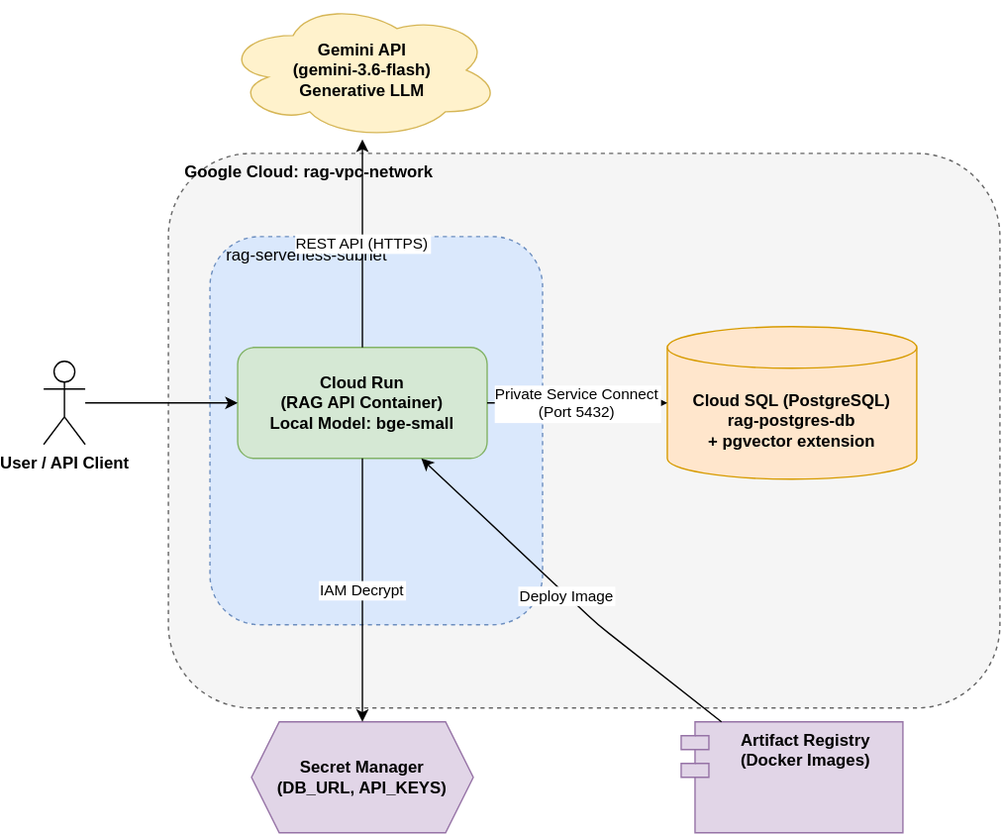
Before: docs/gcp_architecture.svg, a diagram exported from draw.io (Alvores/enterprise-document-intelligence-rag). Source tidied: cells renumbered, new cells last; positions are measured from the earlier drawing's top-left corner, leaving out a move shared by most shapes. Its diagram source:
```xml
<mxGraphModel>
  <root>
    <mxCell id="0" />
    <mxCell id="1" parent="0" />
    <mxCell id="2" value="Google Cloud: rag-vpc-network" style="rounded=1;whiteSpace=wrap;html=1;dashed=1;fillColor=#f5f5f5;strokeColor=#666666;verticalAlign=top;align=left;spacingLeft=10;fontStyle=1;" parent="1" vertex="1">
      <mxGeometry x="90" y="110" width="600" height="400" as="geometry" />
    </mxCell>
    <mxCell id="3" value="rag-serverless-subnet" style="rounded=1;whiteSpace=wrap;html=1;dashed=1;fillColor=#dae8fc;strokeColor=#6c8ebf;verticalAlign=top;align=left;spacingLeft=10;" parent="1" vertex="1">
      <mxGeometry x="120" y="170" width="240" height="280" as="geometry" />
    </mxCell>
    <mxCell id="4" value="Cloud Run&#10;(RAG API Container)&#10;Local Model: bge-small" style="rounded=1;whiteSpace=wrap;html=1;fillColor=#d5e8d4;strokeColor=#82b366;fontStyle=1;" parent="1" vertex="1">
      <mxGeometry x="140" y="250" width="180" height="80" as="geometry" />
    </mxCell>
    <mxCell id="5" value="Cloud SQL (PostgreSQL)&#10;rag-postgres-db&#10;+ pgvector extension" style="shape=cylinder3;whiteSpace=wrap;html=1;boundedLbl=1;backgroundOutline=1;size=15;fillColor=#ffe6cc;strokeColor=#d79b00;fontStyle=1;" parent="1" vertex="1">
      <mxGeometry x="450" y="235" width="180" height="110" as="geometry" />
    </mxCell>
    <mxCell id="6" value="Secret Manager&#10;(DB_URL, API_KEYS)" style="shape=hexagon;perimeter=hexagonPerimeter2;whiteSpace=wrap;html=1;fixedSize=1;fillColor=#e1d5e7;strokeColor=#9673a6;fontStyle=1;" parent="1" vertex="1">
      <mxGeometry x="150" y="520" width="160" height="80" as="geometry" />
    </mxCell>
    <mxCell id="7" value="Artifact Registry&#10;(Docker Images)" style="shape=module;align=left;spacingLeft=20;align=center;verticalAlign=top;whiteSpace=wrap;html=1;fillColor=#e1d5e7;strokeColor=#9673a6;fontStyle=1;" parent="1" vertex="1">
      <mxGeometry x="460" y="520" width="160" height="80" as="geometry" />
    </mxCell>
    <mxCell id="8" value="User / API Client" style="shape=umlActor;verticalLabelPosition=bottom;verticalAlign=top;html=1;outlineConnect=0;fontStyle=1;" parent="1" vertex="1">
      <mxGeometry y="260" width="30" height="60" as="geometry" />
    </mxCell>
    <mxCell id="9" value="Gemini API&lt;br/&gt;(gemini-3.6-flash)&lt;br&gt;Generative LLM" style="ellipse;shape=cloud;whiteSpace=wrap;html=1;fillColor=#fff2cc;strokeColor=#d6b656;fontStyle=1;" parent="1" vertex="1">
      <mxGeometry x="130" width="200" height="100" as="geometry" />
    </mxCell>
    <mxCell id="10" parent="1" edge="1" source="8" target="4">
      <mxGeometry relative="1" as="geometry" />
    </mxCell>
    <mxCell id="11" value="Private Service Connect&#10;(Port 5432)" parent="1" edge="1" source="4" target="5">
      <mxGeometry relative="1" as="geometry" />
    </mxCell>
    <mxCell id="12" value="IAM Decrypt" parent="1" edge="1" source="4" target="6">
      <mxGeometry relative="1" as="geometry">
        <Array as="points">
          <mxPoint x="230" y="410" />
        </Array>
      </mxGeometry>
    </mxCell>
    <mxCell id="13" value="REST API (HTTPS)" parent="1" edge="1" source="4" target="9">
      <mxGeometry relative="1" as="geometry" />
    </mxCell>
    <mxCell id="14" value="Deploy Image" parent="1" edge="1" source="7" target="4">
      <mxGeometry relative="1" as="geometry">
        <Array as="points">
          <mxPoint x="400" y="450" />
        </Array>
      </mxGeometry>
    </mxCell>
  </root>
</mxGraphModel>
```
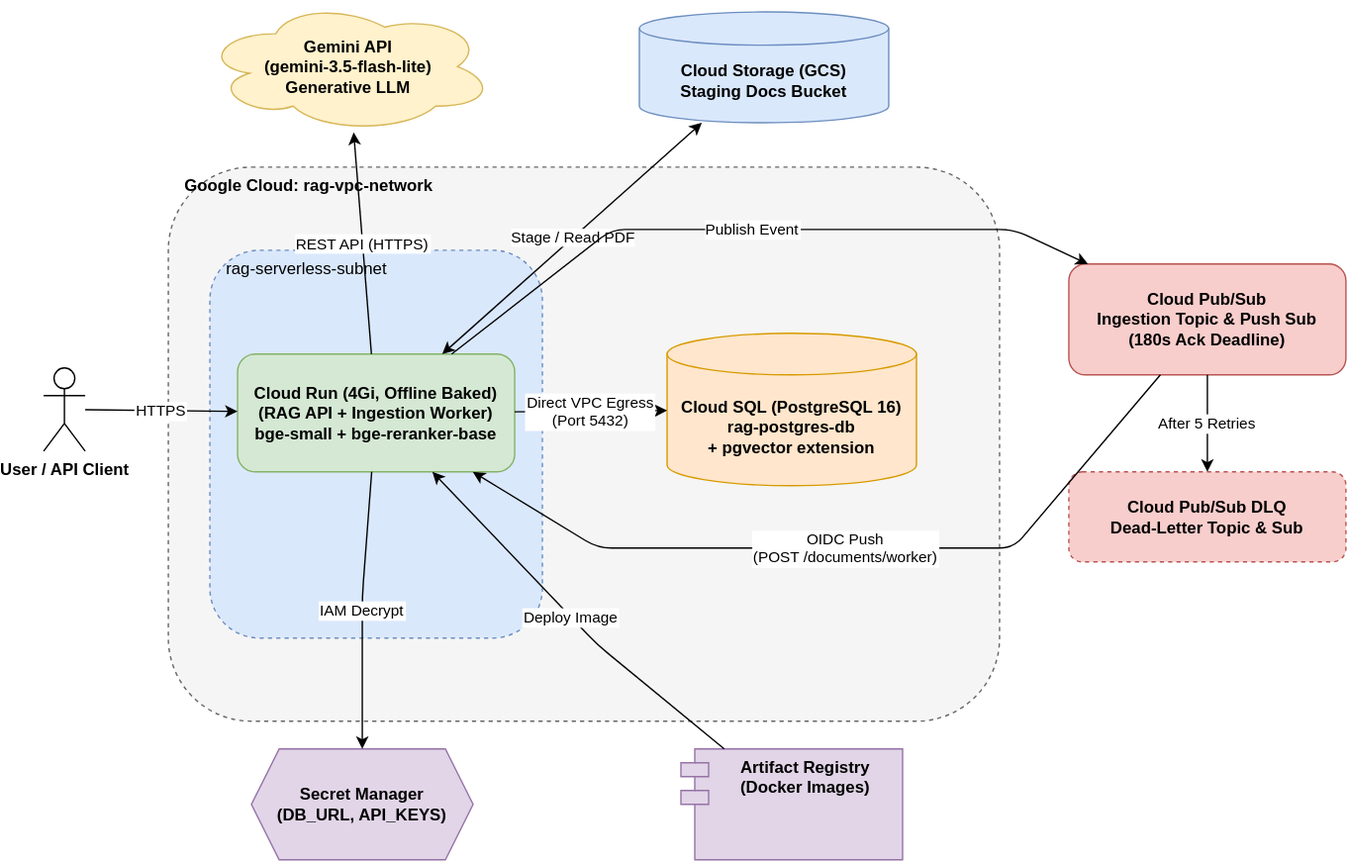
Above is the later version.

Diff of the diagram source:
```diff
@@ -3,39 +3,48 @@
     <mxCell id="0" />
     <mxCell id="1" parent="0" />
     <mxCell id="2" value="Google Cloud: rag-vpc-network" style="rounded=1;whiteSpace=wrap;html=1;dashed=1;fillColor=#f5f5f5;strokeColor=#666666;verticalAlign=top;align=left;spacingLeft=10;fontStyle=1;" parent="1" vertex="1">
-      <mxGeometry x="90" y="110" width="600" height="400" as="geometry" />
+      <mxGeometry x="90" y="120" width="600" height="400" as="geometry" />
     </mxCell>
     <mxCell id="3" value="rag-serverless-subnet" style="rounded=1;whiteSpace=wrap;html=1;dashed=1;fillColor=#dae8fc;strokeColor=#6c8ebf;verticalAlign=top;align=left;spacingLeft=10;" parent="1" vertex="1">
-      <mxGeometry x="120" y="170" width="240" height="280" as="geometry" />
+      <mxGeometry x="120" y="180" width="240" height="280" as="geometry" />
     </mxCell>
-    <mxCell id="4" value="Cloud Run&#10;(RAG API Container)&#10;Local Model: bge-small" style="rounded=1;whiteSpace=wrap;html=1;fillColor=#d5e8d4;strokeColor=#82b366;fontStyle=1;" parent="1" vertex="1">
-      <mxGeometry x="140" y="250" width="180" height="80" as="geometry" />
+    <mxCell id="4" value="Cloud Run (4Gi, Offline Baked)&#10;(RAG API + Ingestion Worker)&#10;bge-small + bge-reranker-base" style="rounded=1;whiteSpace=wrap;html=1;fillColor=#d5e8d4;strokeColor=#82b366;fontStyle=1;" parent="1" vertex="1">
+      <mxGeometry x="140" y="255" width="200" height="85" as="geometry" />
     </mxCell>
-    <mxCell id="5" value="Cloud SQL (PostgreSQL)&#10;rag-postgres-db&#10;+ pgvector extension" style="shape=cylinder3;whiteSpace=wrap;html=1;boundedLbl=1;backgroundOutline=1;size=15;fillColor=#ffe6cc;strokeColor=#d79b00;fontStyle=1;" parent="1" vertex="1">
-      <mxGeometry x="450" y="235" width="180" height="110" as="geometry" />
+    <mxCell id="5" value="Cloud SQL (PostgreSQL 16)&#10;rag-postgres-db&#10;+ pgvector extension" style="shape=cylinder3;whiteSpace=wrap;html=1;boundedLbl=1;backgroundOutline=1;size=15;fillColor=#ffe6cc;strokeColor=#d79b00;fontStyle=1;" parent="1" vertex="1">
+      <mxGeometry x="450" y="240" width="180" height="110" as="geometry" />
     </mxCell>
     <mxCell id="6" value="Secret Manager&#10;(DB_URL, API_KEYS)" style="shape=hexagon;perimeter=hexagonPerimeter2;whiteSpace=wrap;html=1;fixedSize=1;fillColor=#e1d5e7;strokeColor=#9673a6;fontStyle=1;" parent="1" vertex="1">
-      <mxGeometry x="150" y="520" width="160" height="80" as="geometry" />
+      <mxGeometry x="150" y="540" width="160" height="80" as="geometry" />
     </mxCell>
     <mxCell id="7" value="Artifact Registry&#10;(Docker Images)" style="shape=module;align=left;spacingLeft=20;align=center;verticalAlign=top;whiteSpace=wrap;html=1;fillColor=#e1d5e7;strokeColor=#9673a6;fontStyle=1;" parent="1" vertex="1">
-      <mxGeometry x="460" y="520" width="160" height="80" as="geometry" />
+      <mxGeometry x="460" y="540" width="160" height="80" as="geometry" />
     </mxCell>
     <mxCell id="8" value="User / API Client" style="shape=umlActor;verticalLabelPosition=bottom;verticalAlign=top;html=1;outlineConnect=0;fontStyle=1;" parent="1" vertex="1">
-      <mxGeometry y="260" width="30" height="60" as="geometry" />
+      <mxGeometry y="265" width="30" height="60" as="geometry" />
     </mxCell>
-    <mxCell id="9" value="Gemini API&lt;br/&gt;(gemini-3.6-flash)&lt;br&gt;Generative LLM" style="ellipse;shape=cloud;whiteSpace=wrap;html=1;fillColor=#fff2cc;strokeColor=#d6b656;fontStyle=1;" parent="1" vertex="1">
-      <mxGeometry x="130" width="200" height="100" as="geometry" />
+    <mxCell id="9" value="Gemini API&lt;br/&gt;(gemini-3.5-flash-lite)&lt;br/&gt;Generative LLM" style="ellipse;shape=cloud;whiteSpace=wrap;html=1;fillColor=#fff2cc;strokeColor=#d6b656;fontStyle=1;" parent="1" vertex="1">
+      <mxGeometry x="115" width="210" height="95" as="geometry" />
     </mxCell>
+    <mxCell id="15" value="Cloud Storage (GCS)&#10;Staging Docs Bucket" style="shape=cylinder3;whiteSpace=wrap;html=1;boundedLbl=1;backgroundOutline=1;size=12;fillColor=#dae8fc;strokeColor=#6c8ebf;fontStyle=1;" parent="1" vertex="1">
+      <mxGeometry x="430" y="8" width="180" height="80" as="geometry" />
+    </mxCell>
+    <mxCell id="16" value="Cloud Pub/Sub&#10;Ingestion Topic &amp; Push Sub&#10;(180s Ack Deadline)" style="rounded=1;whiteSpace=wrap;html=1;fillColor=#f8cecc;strokeColor=#b85450;fontStyle=1;" parent="1" vertex="1">
+      <mxGeometry x="740" y="190" width="200" height="80" as="geometry" />
+    </mxCell>
+    <mxCell id="17" value="Cloud Pub/Sub DLQ&#10;Dead-Letter Topic &amp; Sub" style="rounded=1;whiteSpace=wrap;html=1;dashed=1;fillColor=#f8cecc;strokeColor=#b85450;fontStyle=1;" parent="1" vertex="1">
+      <mxGeometry x="740" y="340" width="200" height="65" as="geometry" />
+    </mxCell>
-    <mxCell id="10" parent="1" edge="1" source="8" target="4">
+    <mxCell id="10" value="HTTPS" parent="1" edge="1" source="8" target="4">
       <mxGeometry relative="1" as="geometry" />
     </mxCell>
-    <mxCell id="11" value="Private Service Connect&#10;(Port 5432)" parent="1" edge="1" source="4" target="5">
+    <mxCell id="11" value="Direct VPC Egress&#10;(Port 5432)" parent="1" edge="1" source="4" target="5">
       <mxGeometry relative="1" as="geometry" />
     </mxCell>
     <mxCell id="12" value="IAM Decrypt" parent="1" edge="1" source="4" target="6">
       <mxGeometry relative="1" as="geometry">
         <Array as="points">
-          <mxPoint x="230" y="410" />
+          <mxPoint x="230" y="430" />
         </Array>
       </mxGeometry>
     </mxCell>
@@ -45,9 +54,31 @@
     <mxCell id="14" value="Deploy Image" parent="1" edge="1" source="7" target="4">
       <mxGeometry relative="1" as="geometry">
         <Array as="points">
-          <mxPoint x="400" y="450" />
+          <mxPoint x="400" y="465" />
         </Array>
       </mxGeometry>
     </mxCell>
+    <mxCell id="18" value="Stage / Read PDF" style="endArrow=classic;startArrow=classic;html=1;" parent="1" edge="1" source="4" target="15">
+      <mxGeometry relative="1" as="geometry" />
+    </mxCell>
+    <mxCell id="19" value="Publish Event" parent="1" edge="1" source="4" target="16">
+      <mxGeometry relative="1" as="geometry">
+        <Array as="points">
+          <mxPoint x="410" y="165" />
+          <mxPoint x="700" y="165" />
+        </Array>
+      </mxGeometry>
+    </mxCell>
+    <mxCell id="20" value="OIDC Push&#10;(POST /documents/worker)" parent="1" edge="1" source="16" target="4">
+      <mxGeometry relative="1" as="geometry">
+        <Array as="points">
+          <mxPoint x="700" y="395" />
+          <mxPoint x="400" y="395" />
+        </Array>
+      </mxGeometry>
+    </mxCell>
+    <mxCell id="21" value="After 5 Retries" parent="1" edge="1" source="16" target="17">
+      <mxGeometry relative="1" as="geometry" />
+    </mxCell>
   </root>
 </mxGraphModel>
```
